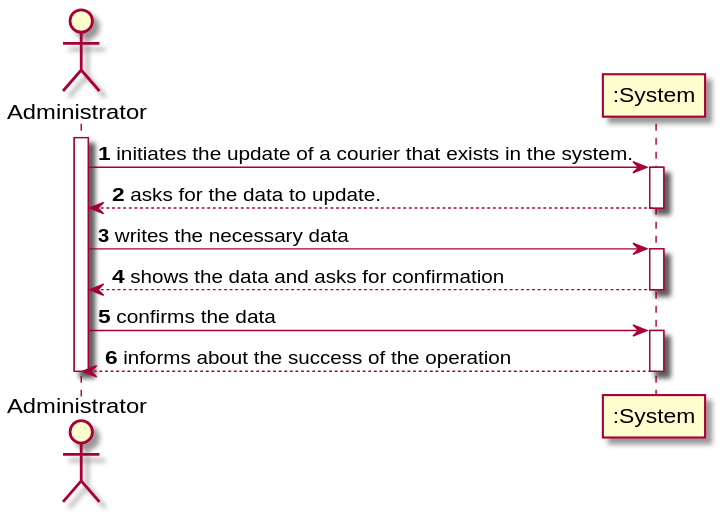
This is Documents/UC5/UC5_SSD.svg from 1190452/LAPR3, a PlantUML export, as it was before one commit.
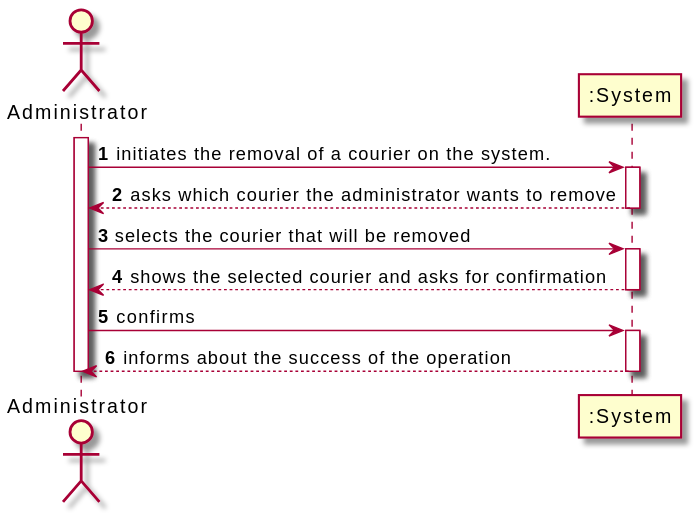
Above is the later version.

The edit, as a diff of the source:
```diff
@@ -2,17 +2,17 @@
 autonumber
 actor "Administrator" as ADMIN
 activate ADMIN
-ADMIN-> ":System" : initiates the update of a courier that exists in the system.
+ADMIN-> ":System" : initiates the removal of a courier on the system.
 activate ":System"
-":System" --> ADMIN : asks for the data to update.
+":System" --> ADMIN : asks which courier the administrator wants to remove
 deactivate ":System"
 
-ADMIN -> ":System" : writes the necessary data
+ADMIN -> ":System" : selects the courier that will be removed
 activate ":System"
-":System" --> ADMIN : shows the data and asks for confirmation
+":System" --> ADMIN : shows the selected courier and asks for confirmation
 deactivate ":System"
 
-ADMIN -> ":System" : confirms the data
+ADMIN -> ":System" : confirms
 activate ":System"
 ":System" --> ADMIN : informs about the success of the operation
 deactivate ":System"
```
